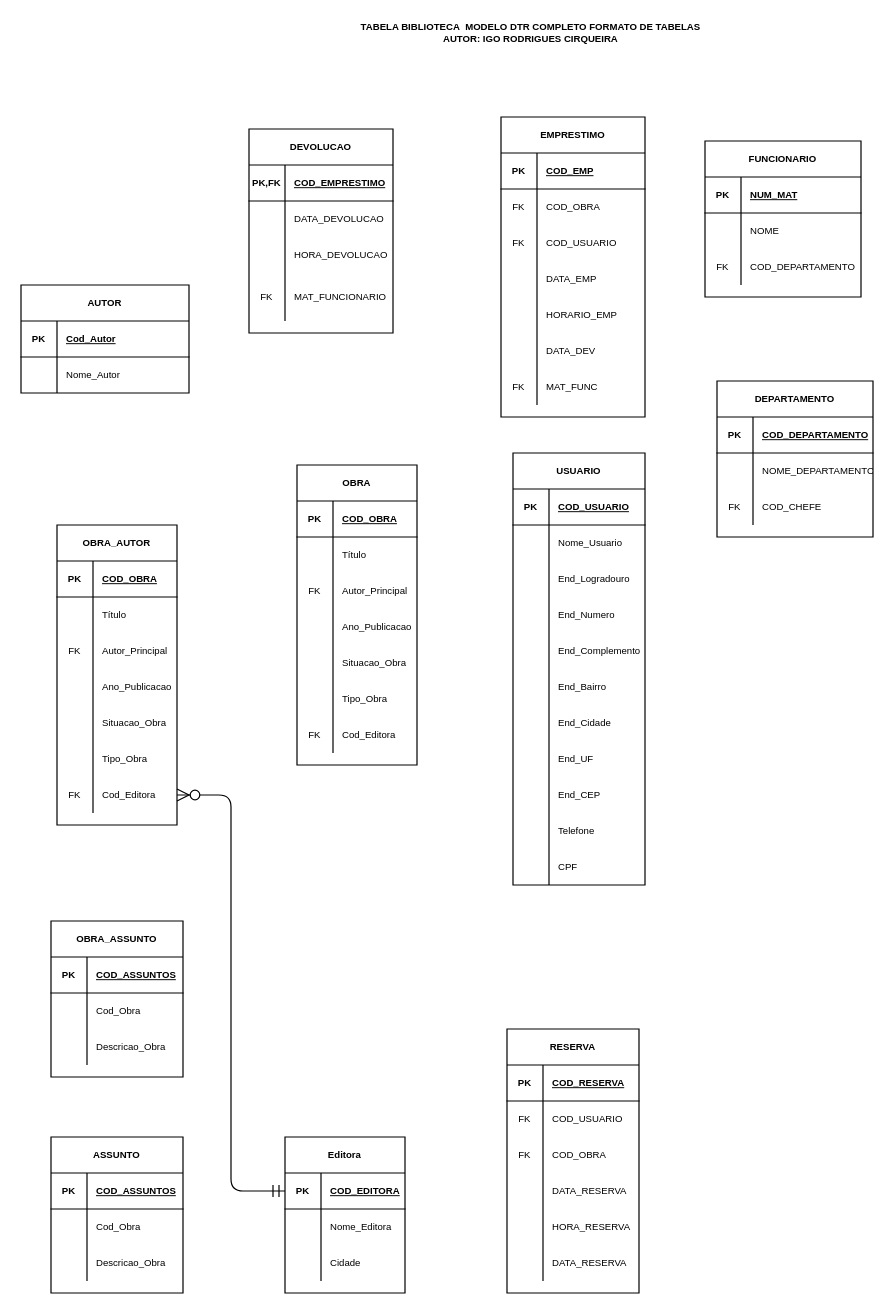
Earlier version of the draw.io diagram ATIVIDADEBIBLIOTECAIGORC.drawio (igopotypi/IGORARTES). Source tidied: cells renumbered, new cells numbered last; positions are measured from the earlier drawing's top-left corner, leaving out a move shared by most shapes. Both pictures are drawn from the tidied source at 120%, with x=0, y=0 at pixel (20, 20).
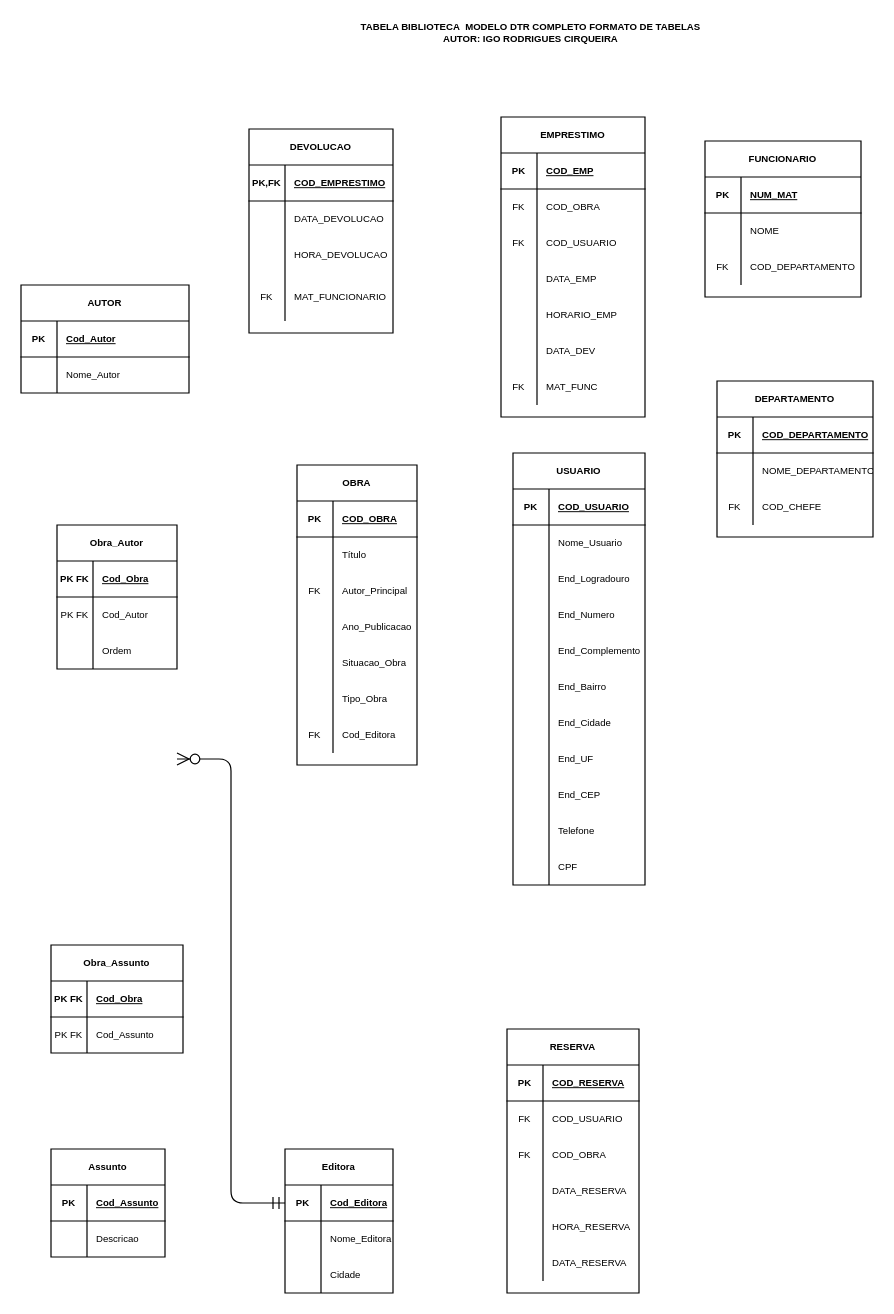
The same diagram, later.

Unchanged cells that the change refers to:
```xml
<mxCell id="101" style="shape=partialRectangle;fillColor=none;top=0;left=0;bottom=1;right=0;fontSize=8;" parent="100" vertex="1">
  <mxGeometry y="30" width="100" height="30" as="geometry" />
</mxCell>
<mxCell id="104" style="shape=partialRectangle;fillColor=none;top=0;left=0;bottom=0;right=0;fontSize=8;" parent="100" vertex="1">
  <mxGeometry y="60" width="100" height="30" as="geometry" />
</mxCell>
<mxCell id="107" style="shape=partialRectangle;fillColor=none;top=0;left=0;bottom=0;right=0;fontSize=8;" parent="100" vertex="1">
  <mxGeometry y="90" width="100" height="30" as="geometry" />
</mxCell>
<mxCell id="155" style="shape=partialRectangle;fillColor=none;top=0;left=0;bottom=1;right=0;fontSize=8;" parent="154" vertex="1">
  <mxGeometry y="30" width="110" height="30" as="geometry" />
</mxCell>
<mxCell id="158" style="shape=partialRectangle;fillColor=none;top=0;left=0;bottom=0;right=0;fontSize=8;" parent="154" vertex="1">
  <mxGeometry y="60" width="110" height="30" as="geometry" />
</mxCell>
```

Diff of the diagram source:
```diff
@@
-    <mxCell id="2" style="edgeStyle=elbowEdgeStyle;fontSize=8;html=1;endArrow=ERzeroToMany;startArrow=ERmandOne;exitX=0;exitY=0.5;exitDx=0;exitDy=0;entryX=1;entryY=0.5;entryDx=0;entryDy=0;endSize=8;targetPerimeterSpacing=2;sourcePerimeterSpacing=2;startSize=8;" parent="1" edge="1" source="123" target="119">
-      <mxGeometry relative="1" as="geometry" />
+    <mxCell id="2" style="edgeStyle=elbowEdgeStyle;fontSize=8;html=1;endArrow=ERzeroToMany;startArrow=ERmandOne;exitX=0;exitY=0.5;exitDx=0;exitDy=0;entryX=1;entryY=0.5;entryDx=0;entryDy=0;endSize=8;targetPerimeterSpacing=2;sourcePerimeterSpacing=2;startSize=8;" parent="1" edge="1" source="123">
+      <mxGeometry relative="1" as="geometry">
+        <mxPoint x="130" y="615" as="targetPoint" />
+      </mxGeometry>
     </mxCell>
@@
-    <mxCell id="100" value="OBRA_AUTOR" style="shape=table;startSize=30;childLayout=tableLayout;rowLines=0;fontStyle=1;align=center;fontSize=8;" parent="1" vertex="1">
-      <mxGeometry x="30" y="420" width="100" height="250" as="geometry" />
+    <mxCell id="100" value="Obra_Autor" style="shape=table;startSize=30;childLayout=tableLayout;rowLines=0;fontStyle=1;align=center;fontSize=8;" parent="1" vertex="1">
+      <mxGeometry x="30" y="420" width="100" height="120" as="geometry" />
     </mxCell>
@@
-    <mxCell id="102" value="PK" style="shape=partialRectangle;fillColor=none;top=0;left=0;bottom=0;right=0;fontStyle=1;overflow=hidden;fontSize=8;" parent="101" vertex="1">
+    <mxCell id="102" value="PK FK" style="shape=partialRectangle;fillColor=none;top=0;left=0;bottom=0;right=0;fontStyle=1;overflow=hidden;fontSize=8;" parent="101" vertex="1">
       <mxGeometry width="30" height="30" as="geometry" />
     </mxCell>
-    <mxCell id="103" value="COD_OBRA" style="shape=partialRectangle;fillColor=none;top=0;left=0;bottom=0;right=0;align=left;spacingLeft=6;fontStyle=5;overflow=hidden;fontSize=8;" parent="101" vertex="1">
+    <mxCell id="103" value="Cod_Obra" style="shape=partialRectangle;fillColor=none;top=0;left=0;bottom=0;right=0;align=left;spacingLeft=6;fontStyle=5;overflow=hidden;fontSize=8;" parent="101" vertex="1">
       <mxGeometry x="30" width="70" height="30" as="geometry" />
     </mxCell>
@@
-    <mxCell id="105" style="shape=partialRectangle;fillColor=none;top=0;left=0;bottom=0;right=0;overflow=hidden;fontSize=8;" parent="104" vertex="1">
+    <mxCell id="105" value="PK FK" style="shape=partialRectangle;fillColor=none;top=0;left=0;bottom=0;right=0;overflow=hidden;fontSize=8;" parent="104" vertex="1">
       <mxGeometry width="30" height="30" as="geometry" />
     </mxCell>
-    <mxCell id="106" value="Título" style="shape=partialRectangle;fillColor=none;top=0;left=0;bottom=0;right=0;align=left;spacingLeft=6;overflow=hidden;fontSize=8;" parent="104" vertex="1">
+    <mxCell id="106" value="Cod_Autor" style="shape=partialRectangle;fillColor=none;top=0;left=0;bottom=0;right=0;align=left;spacingLeft=6;overflow=hidden;fontSize=8;" parent="104" vertex="1">
       <mxGeometry x="30" width="70" height="30" as="geometry" />
     </mxCell>
@@
-    <mxCell id="108" value="FK" style="shape=partialRectangle;fillColor=none;top=0;left=0;bottom=0;right=0;overflow=hidden;fontSize=8;" parent="107" vertex="1">
+    <mxCell id="108" style="shape=partialRectangle;fillColor=none;top=0;left=0;bottom=0;right=0;overflow=hidden;fontSize=8;" parent="107" vertex="1">
       <mxGeometry width="30" height="30" as="geometry" />
     </mxCell>
-    <mxCell id="109" value="Autor_Principal" style="shape=partialRectangle;fillColor=none;top=0;left=0;bottom=0;right=0;align=left;spacingLeft=6;overflow=hidden;fontSize=8;" parent="107" vertex="1">
+    <mxCell id="109" value="Ordem" style="shape=partialRectangle;fillColor=none;top=0;left=0;bottom=0;right=0;align=left;spacingLeft=6;overflow=hidden;fontSize=8;" parent="107" vertex="1">
       <mxGeometry x="30" width="70" height="30" as="geometry" />
     </mxCell>
-    <mxCell id="110" style="shape=partialRectangle;fillColor=none;top=0;left=0;bottom=0;right=0;fontSize=8;" parent="100" vertex="1">
-      <mxGeometry y="120" width="100" height="30" as="geometry" />
-    </mxCell>
-    <mxCell id="111" style="shape=partialRectangle;fillColor=none;top=0;left=0;bottom=0;right=0;overflow=hidden;fontSize=8;" parent="110" vertex="1">
-      <mxGeometry width="30" height="30" as="geometry" />
-    </mxCell>
-    <mxCell id="112" value="Ano_Publicacao" style="shape=partialRectangle;fillColor=none;top=0;left=0;bottom=0;right=0;align=left;spacingLeft=6;overflow=hidden;fontSize=8;" parent="110" vertex="1">
-      <mxGeometry x="30" width="70" height="30" as="geometry" />
-    </mxCell>
-    <mxCell id="113" style="shape=partialRectangle;fillColor=none;top=0;left=0;bottom=0;right=0;fontSize=8;" parent="100" vertex="1">
-      <mxGeometry y="150" width="100" height="30" as="geometry" />
-    </mxCell>
-    <mxCell id="114" style="shape=partialRectangle;fillColor=none;top=0;left=0;bottom=0;right=0;overflow=hidden;fontSize=8;" parent="113" vertex="1">
-      <mxGeometry width="30" height="30" as="geometry" />
-    </mxCell>
-    <mxCell id="115" value="Situacao_Obra" style="shape=partialRectangle;fillColor=none;top=0;left=0;bottom=0;right=0;align=left;spacingLeft=6;overflow=hidden;fontSize=8;" parent="113" vertex="1">
-      <mxGeometry x="30" width="70" height="30" as="geometry" />
-    </mxCell>
-    <mxCell id="116" style="shape=partialRectangle;fillColor=none;top=0;left=0;bottom=0;right=0;fontSize=8;" parent="100" vertex="1">
-      <mxGeometry y="180" width="100" height="30" as="geometry" />
-    </mxCell>
-    <mxCell id="117" style="shape=partialRectangle;fillColor=none;top=0;left=0;bottom=0;right=0;overflow=hidden;fontSize=8;" parent="116" vertex="1">
-      <mxGeometry width="30" height="30" as="geometry" />
-    </mxCell>
-    <mxCell id="118" value="Tipo_Obra" style="shape=partialRectangle;fillColor=none;top=0;left=0;bottom=0;right=0;align=left;spacingLeft=6;overflow=hidden;fontSize=8;" parent="116" vertex="1">
-      <mxGeometry x="30" width="70" height="30" as="geometry" />
-    </mxCell>
-    <mxCell id="119" style="shape=partialRectangle;fillColor=none;top=0;left=0;bottom=0;right=0;points=[[0,0.5],[1,0.5]];portConstraint=eastwest;fontSize=8;" parent="100" vertex="1">
-      <mxGeometry y="210" width="100" height="30" as="geometry" />
-    </mxCell>
-    <mxCell id="120" value="FK" style="shape=partialRectangle;fillColor=none;top=0;left=0;bottom=0;right=0;overflow=hidden;fontSize=8;" parent="119" vertex="1">
-      <mxGeometry width="30" height="30" as="geometry" />
-    </mxCell>
-    <mxCell id="121" value="Cod_Editora" style="shape=partialRectangle;fillColor=none;top=0;left=0;bottom=0;right=0;align=left;spacingLeft=6;overflow=hidden;fontSize=8;" parent="119" vertex="1">
-      <mxGeometry x="30" width="70" height="30" as="geometry" />
-    </mxCell>
     <mxCell id="122" value="Editora" style="shape=table;startSize=30;childLayout=tableLayout;rowLines=0;fontStyle=1;align=center;fontSize=8;" parent="1" vertex="1">
-      <mxGeometry x="220" y="930" width="100" height="130" as="geometry" />
+      <mxGeometry x="220" y="940" width="90" height="120" as="geometry" />
     </mxCell>
     <mxCell id="123" style="shape=partialRectangle;fillColor=none;top=0;left=0;bottom=1;right=0;points=[[0,0.5],[1,0.5]];portConstraint=eastwest;fontSize=8;" parent="122" vertex="1">
-      <mxGeometry y="30" width="100" height="30" as="geometry" />
+      <mxGeometry y="30" width="90" height="30" as="geometry" />
     </mxCell>
@@
-    <mxCell id="125" value="COD_EDITORA" style="shape=partialRectangle;fillColor=none;top=0;left=0;bottom=0;right=0;align=left;spacingLeft=6;fontStyle=5;overflow=hidden;fontSize=8;" parent="123" vertex="1">
-      <mxGeometry x="30" width="70" height="30" as="geometry" />
+    <mxCell id="125" value="Cod_Editora" style="shape=partialRectangle;fillColor=none;top=0;left=0;bottom=0;right=0;align=left;spacingLeft=6;fontStyle=5;overflow=hidden;fontSize=8;" parent="123" vertex="1">
+      <mxGeometry x="30" width="60" height="30" as="geometry" />
     </mxCell>
     <mxCell id="126" style="shape=partialRectangle;fillColor=none;top=0;left=0;bottom=0;right=0;fontSize=8;" parent="122" vertex="1">
-      <mxGeometry y="60" width="100" height="30" as="geometry" />
+      <mxGeometry y="60" width="90" height="30" as="geometry" />
     </mxCell>
@@
     <mxCell id="128" value="Nome_Editora" style="shape=partialRectangle;fillColor=none;top=0;left=0;bottom=0;right=0;align=left;spacingLeft=6;overflow=hidden;fontSize=8;" parent="126" vertex="1">
-      <mxGeometry x="30" width="70" height="30" as="geometry" />
+      <mxGeometry x="30" width="60" height="30" as="geometry" />
     </mxCell>
     <mxCell id="129" style="shape=partialRectangle;fillColor=none;top=0;left=0;bottom=0;right=0;fontSize=8;" parent="122" vertex="1">
-      <mxGeometry y="90" width="100" height="30" as="geometry" />
+      <mxGeometry y="90" width="90" height="30" as="geometry" />
     </mxCell>
@@
     <mxCell id="131" value="Cidade" style="shape=partialRectangle;fillColor=none;top=0;left=0;bottom=0;right=0;align=left;spacingLeft=6;overflow=hidden;fontSize=8;" parent="129" vertex="1">
-      <mxGeometry x="30" width="70" height="30" as="geometry" />
+      <mxGeometry x="30" width="60" height="30" as="geometry" />
     </mxCell>
@@
-    <mxCell id="154" value="OBRA_ASSUNTO" style="shape=table;startSize=30;childLayout=tableLayout;rowLines=0;fontStyle=1;align=center;fontSize=8;" parent="1" vertex="1">
-      <mxGeometry x="25" y="750" width="110" height="130" as="geometry" />
+    <mxCell id="154" value="Obra_Assunto" style="shape=table;startSize=30;childLayout=tableLayout;rowLines=0;fontStyle=1;align=center;fontSize=8;" parent="1" vertex="1">
+      <mxGeometry x="25" y="770" width="110" height="90" as="geometry" />
     </mxCell>
@@
-    <mxCell id="156" value="PK" style="shape=partialRectangle;fillColor=none;top=0;left=0;bottom=0;right=0;fontStyle=1;overflow=hidden;fontSize=8;" parent="155" vertex="1">
+    <mxCell id="156" value="PK FK" style="shape=partialRectangle;fillColor=none;top=0;left=0;bottom=0;right=0;fontStyle=1;overflow=hidden;fontSize=8;" parent="155" vertex="1">
       <mxGeometry width="30" height="30" as="geometry" />
     </mxCell>
-    <mxCell id="157" value="COD_ASSUNTOS" style="shape=partialRectangle;fillColor=none;top=0;left=0;bottom=0;right=0;align=left;spacingLeft=6;fontStyle=5;overflow=hidden;fontSize=8;" parent="155" vertex="1">
+    <mxCell id="157" value="Cod_Obra" style="shape=partialRectangle;fillColor=none;top=0;left=0;bottom=0;right=0;align=left;spacingLeft=6;fontStyle=5;overflow=hidden;fontSize=8;" parent="155" vertex="1">
       <mxGeometry x="30" width="80" height="30" as="geometry" />
     </mxCell>
@@
-    <mxCell id="159" style="shape=partialRectangle;fillColor=none;top=0;left=0;bottom=0;right=0;overflow=hidden;fontSize=8;" parent="158" vertex="1">
+    <mxCell id="159" value="PK FK" style="shape=partialRectangle;fillColor=none;top=0;left=0;bottom=0;right=0;overflow=hidden;fontSize=8;" parent="158" vertex="1">
       <mxGeometry width="30" height="30" as="geometry" />
     </mxCell>
-    <mxCell id="160" value="Cod_Obra" style="shape=partialRectangle;fillColor=none;top=0;left=0;bottom=0;right=0;align=left;spacingLeft=6;overflow=hidden;fontSize=8;" parent="158" vertex="1">
+    <mxCell id="160" value="Cod_Assunto" style="shape=partialRectangle;fillColor=none;top=0;left=0;bottom=0;right=0;align=left;spacingLeft=6;overflow=hidden;fontSize=8;" parent="158" vertex="1">
       <mxGeometry x="30" width="80" height="30" as="geometry" />
     </mxCell>
-    <mxCell id="161" style="shape=partialRectangle;fillColor=none;top=0;left=0;bottom=0;right=0;fontSize=8;" parent="154" vertex="1">
-      <mxGeometry y="90" width="110" height="30" as="geometry" />
-    </mxCell>
-    <mxCell id="162" style="shape=partialRectangle;fillColor=none;top=0;left=0;bottom=0;right=0;overflow=hidden;fontSize=8;" parent="161" vertex="1">
-      <mxGeometry width="30" height="30" as="geometry" />
-    </mxCell>
-    <mxCell id="163" value="Descricao_Obra" style="shape=partialRectangle;fillColor=none;top=0;left=0;bottom=0;right=0;align=left;spacingLeft=6;overflow=hidden;fontSize=8;" parent="161" vertex="1">
-      <mxGeometry x="30" width="80" height="30" as="geometry" />
-    </mxCell>
-    <mxCell id="164" value="ASSUNTO" style="shape=table;startSize=30;childLayout=tableLayout;rowLines=0;fontStyle=1;align=center;fontSize=8;" parent="1" vertex="1">
-      <mxGeometry x="25" y="930" width="110" height="130" as="geometry" />
+    <mxCell id="164" value="Assunto" style="shape=table;startSize=30;childLayout=tableLayout;rowLines=0;fontStyle=1;align=center;fontSize=8;" parent="1" vertex="1">
+      <mxGeometry x="25" y="940" width="95" height="90" as="geometry" />
     </mxCell>
     <mxCell id="165" style="shape=partialRectangle;fillColor=none;top=0;left=0;bottom=1;right=0;fontSize=8;" parent="164" vertex="1">
-      <mxGeometry y="30" width="110" height="30" as="geometry" />
+      <mxGeometry y="30" width="95" height="30" as="geometry" />
     </mxCell>
@@
-    <mxCell id="167" value="COD_ASSUNTOS" style="shape=partialRectangle;fillColor=none;top=0;left=0;bottom=0;right=0;align=left;spacingLeft=6;fontStyle=5;overflow=hidden;fontSize=8;" parent="165" vertex="1">
-      <mxGeometry x="30" width="80" height="30" as="geometry" />
+    <mxCell id="167" value="Cod_Assunto" style="shape=partialRectangle;fillColor=none;top=0;left=0;bottom=0;right=0;align=left;spacingLeft=6;fontStyle=5;overflow=hidden;fontSize=8;" parent="165" vertex="1">
+      <mxGeometry x="30" width="65" height="30" as="geometry" />
     </mxCell>
-    <mxCell id="168" style="shape=partialRectangle;fillColor=none;top=0;left=0;bottom=0;right=0;fontSize=8;" parent="164" vertex="1">
-      <mxGeometry y="60" width="110" height="30" as="geometry" />
-    </mxCell>
-    <mxCell id="169" style="shape=partialRectangle;fillColor=none;top=0;left=0;bottom=0;right=0;overflow=hidden;fontSize=8;" parent="168" vertex="1">
-      <mxGeometry width="30" height="30" as="geometry" />
-    </mxCell>
-    <mxCell id="170" value="Cod_Obra" style="shape=partialRectangle;fillColor=none;top=0;left=0;bottom=0;right=0;align=left;spacingLeft=6;overflow=hidden;fontSize=8;" parent="168" vertex="1">
-      <mxGeometry x="30" width="80" height="30" as="geometry" />
-    </mxCell>
     <mxCell id="171" style="shape=partialRectangle;fillColor=none;top=0;left=0;bottom=0;right=0;fontSize=8;" parent="164" vertex="1">
-      <mxGeometry y="90" width="110" height="30" as="geometry" />
+      <mxGeometry y="60" width="95" height="30" as="geometry" />
     </mxCell>
@@
-    <mxCell id="173" value="Descricao_Obra" style="shape=partialRectangle;fillColor=none;top=0;left=0;bottom=0;right=0;align=left;spacingLeft=6;overflow=hidden;fontSize=8;" parent="171" vertex="1">
-      <mxGeometry x="30" width="80" height="30" as="geometry" />
+    <mxCell id="173" value="Descricao" style="shape=partialRectangle;fillColor=none;top=0;left=0;bottom=0;right=0;align=left;spacingLeft=6;overflow=hidden;fontSize=8;" parent="171" vertex="1">
+      <mxGeometry x="30" width="65" height="30" as="geometry" />
     </mxCell>
```
